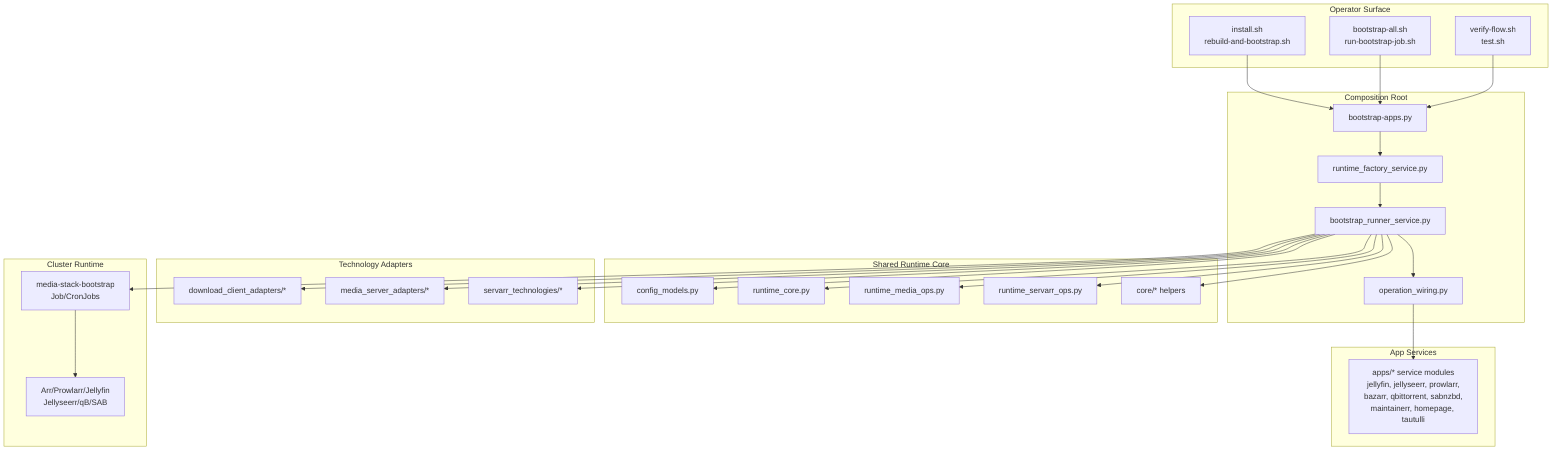
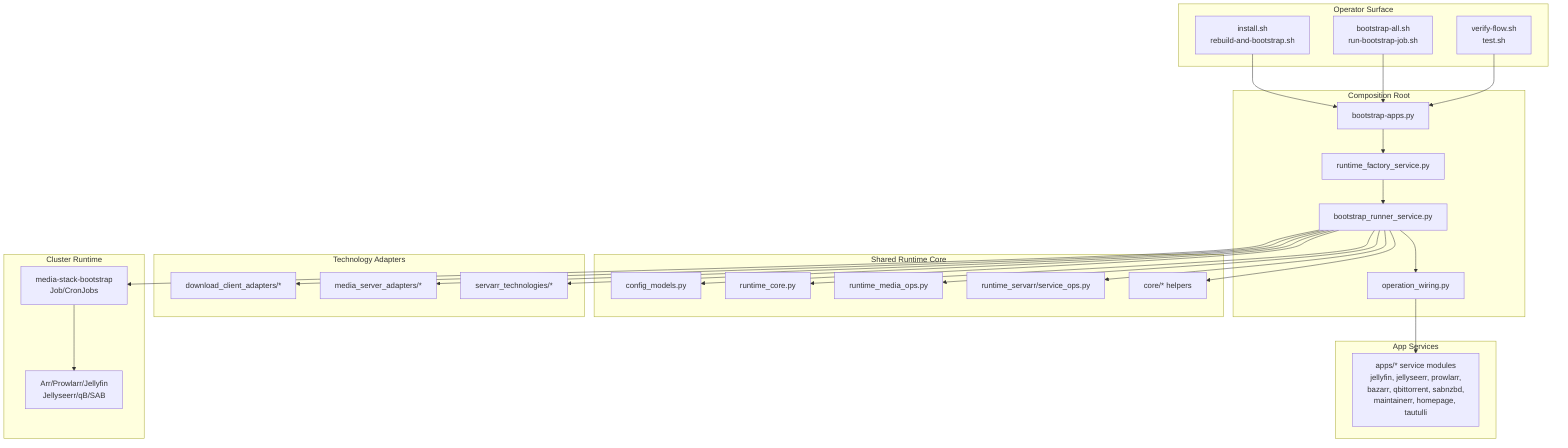
flowchart TD
  subgraph Operators[Operator Surface]
    SH1["install.sh\nrebuild-and-bootstrap.sh"]
    SH2["bootstrap-all.sh\nrun-bootstrap-job.sh"]
    SH3["verify-flow.sh\ntest.sh"]
  end

  subgraph Entry[Composition Root]
    MAIN["bootstrap-apps.py"]
    RF["runtime_factory_service.py"]
    RUN["bootstrap_runner_service.py"]
    WIRE["operation_wiring.py"]
  end

  subgraph Core[Shared Runtime Core]
    CFG["config_models.py"]
    CORE_RT["runtime_core.py"]
    MED["runtime_media_ops.py"]
-     ARR["runtime_servarr_ops.py"]
+     ARR["runtime_servarr/service_ops.py"]
    LIB["core/* helpers"]
  end

  subgraph Adapters[Technology Adapters]
    DL["download_client_adapters/*"]
    MS["media_server_adapters/*"]
    SA["servarr_technologies/*"]
  end

  subgraph AppSvc[App Services]
    APPMOD["apps/* service modules\njellyfin, jellyseerr, prowlarr,\nbazarr, qbittorrent, sabnzbd,\nmaintainerr, homepage, tautulli"]
  end

  subgraph Runtime[Cluster Runtime]
    JOB["media-stack-bootstrap\nJob/CronJobs"]
    APPS["Arr/Prowlarr/Jellyfin\nJellyseerr/qB/SAB"]
  end

  SH1 --> MAIN
  SH2 --> MAIN
  SH3 --> MAIN

  MAIN --> RF --> RUN --> WIRE

  RUN --> CFG
  RUN --> CORE_RT
  RUN --> MED
  RUN --> ARR
  RUN --> LIB

  RUN --> DL
  RUN --> MS
  RUN --> SA

  WIRE --> APPMOD

  RUN --> JOB --> APPS
